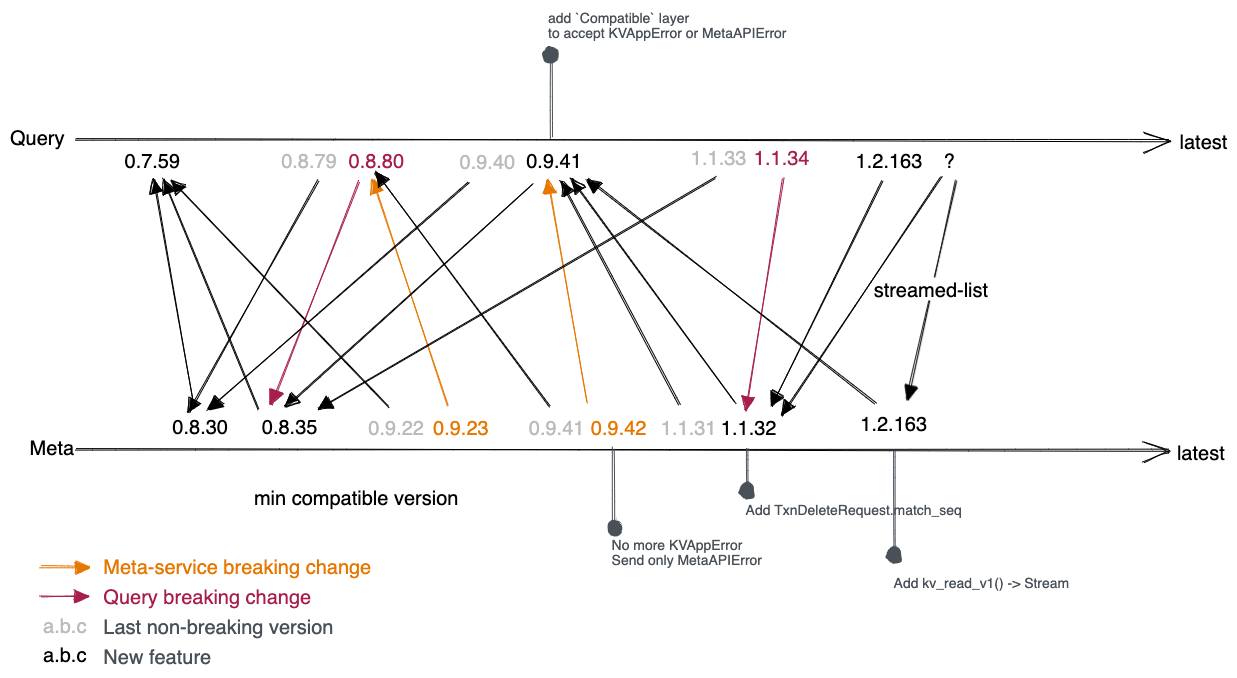
Earlier version of the Excalidraw export docs/public/img/deploy/compatibility.excalidraw.png (databendlabs/databend). Source tidied: one line per element, renumbered; positions are measured from the earlier drawing's top-left corner, leaving out a move shared by most shapes.
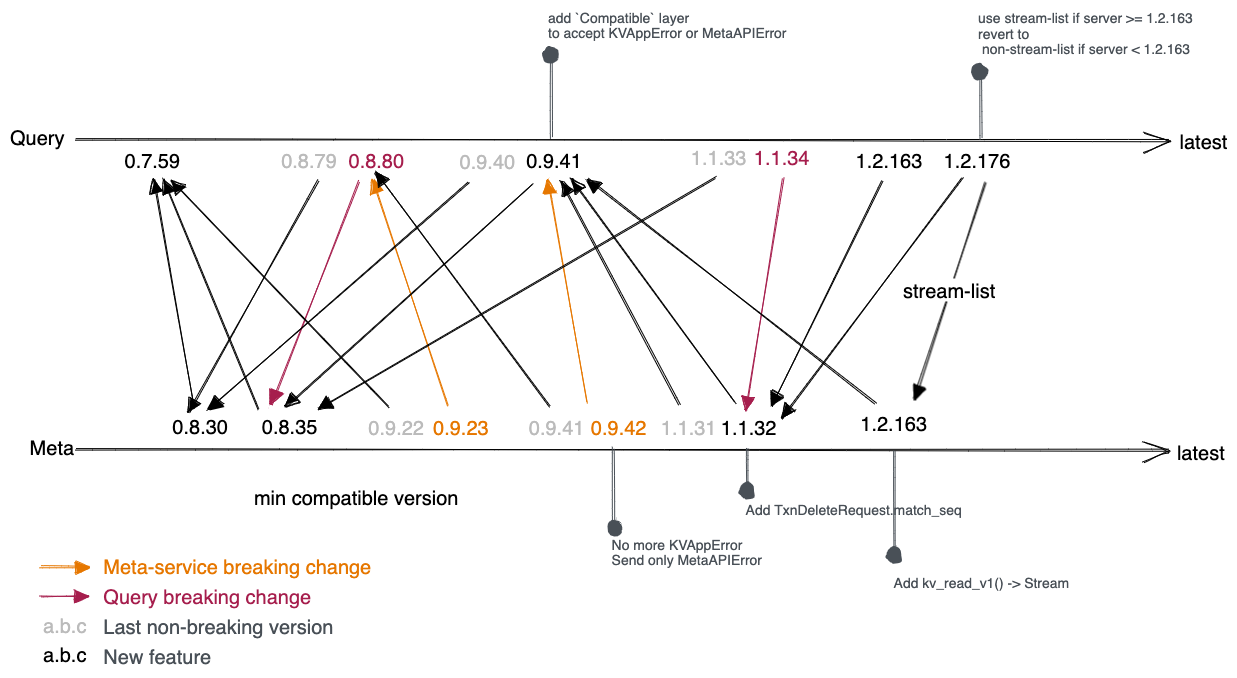
After the commit.

Commit message:
chore: update doc about compatibility change

Update doc:
Since 1.2.176, databend-query use stream-list if server version >=
1.2.163; and revert to using non-stream-list if server version <
1.2.163;

Change to the diagram source:
```diff
@@ -29,7 +29,9 @@
 {"id": 28, "type": "arrow", "strokeColor": "#000000", "angle": 1.57, "strokeWidth": 1, "roughness": 1, "endArrowhead": "triangle", "round": true, "from": 18, "to": 8, "x": 570, "y": 609, "width": 233, "height": 174, "points": [[0, 0], [-233, 174]]}
 {"id": 29, "type": "text", "text": "min compatible version", "strokeColor": "#000000", "strokeWidth": 1, "roughness": 1, "fontSize": 20, "fontFamily": 2, "x": 244, "y": 893, "width": 205, "height": 23}
 {"id": 30, "type": "text", "text": "add `Compatible` layer\nto accept KVAppError or MetaAPIError", "strokeColor": "#495057", "strokeWidth": 1, "roughness": 1, "fontSize": 13.94, "fontFamily": 2, "x": 538, "y": 416, "width": 238, "height": 31}
+{"id": 60, "type": "text", "text": "use stream-list if server >= 1.2.163\nrevert to\n non-stream-list if server < 1.2.163", "strokeColor": "#495057", "strokeWidth": 1, "roughness": 1, "fontSize": 13.94, "fontFamily": 2, "x": 968, "y": 416, "width": 215, "height": 46}
 {"id": 31, "type": "arrow", "strokeColor": "#495057", "angle": 1.57, "strokeWidth": 1, "roughness": 1, "endArrowhead": "dot", "round": true, "from": 9, "to": 30, "x": 583, "y": 503, "width": 84, "height": 1, "points": [[0, 0], [-84, -1]]}
+{"id": 61, "type": "arrow", "strokeColor": "#495057", "angle": 1.57, "strokeWidth": 1, "roughness": 1, "endArrowhead": "dot", "round": true, "from": 52, "to": 60, "x": 1013, "y": 503, "width": 84, "height": 1, "points": [[0, 0], [-84, -1]]}
 {"id": 32, "type": "arrow", "strokeColor": "#495057", "strokeWidth": 1, "roughness": 1, "endArrowhead": "dot", "round": true, "from": 19, "to": 34, "x": 603, "y": 854, "width": 1, "height": 80, "points": [[0, 0], [1, 80]]}
 {"id": 33, "type": "arrow", "strokeColor": "#495057", "strokeWidth": 1, "roughness": 1, "endArrowhead": "dot", "round": true, "from": 20, "to": 35, "x": 738, "y": 854, "width": 1, "height": 45, "points": [[0, 0], [1, 45]]}
 {"id": 34, "type": "text", "text": "No more KVAppError\nSend only MetaAPIError", "strokeColor": "#495057", "strokeWidth": 1, "roughness": 1, "fontSize": 13.94, "fontFamily": 2, "x": 602, "y": 944, "width": 150, "height": 31}
@@ -50,11 +52,11 @@
 {"id": 49, "type": "arrow", "strokeColor": "#000000", "backgroundColor": "#ced4da", "fillStyle": "hachure", "strokeWidth": 1, "roughness": 1, "endArrowhead": "triangle", "round": true, "from": 21, "to": 9, "x": 669, "y": 810, "width": 119, "height": 224, "points": [[0, 0], [-119, -224]]}
 {"id": 50, "type": "text", "text": "1.2.163", "strokeColor": "#000000", "strokeWidth": 1, "roughness": 1, "fontSize": 20, "fontFamily": 2, "x": 850, "y": 819, "width": 67, "height": 23}
 {"id": 51, "type": "text", "text": "1.2.163", "strokeColor": "#000000", "strokeWidth": 1, "roughness": 1, "fontSize": 20, "fontFamily": 2, "x": 846, "y": 555, "width": 67, "height": 23}
-{"id": 52, "type": "text", "text": "?", "strokeColor": "#000000", "strokeWidth": 1, "roughness": 1, "fontSize": 20, "fontFamily": 2, "x": 934, "y": 555, "width": 11, "height": 23}
+{"id": 52, "type": "text", "text": "1.2.176", "strokeColor": "#000000", "strokeWidth": 1, "roughness": 1, "fontSize": 20, "fontFamily": 2, "x": 934, "y": 555, "width": 67, "height": 23}
 {"id": 53, "type": "arrow", "strokeColor": "#000000", "strokeWidth": 1, "roughness": 1, "endArrowhead": "triangle", "round": true, "from": 51, "to": 20, "x": 872, "y": 587, "width": 111, "height": 225, "points": [[0, 0], [-111, 225]]}
-{"id": 54, "type": "arrow", "strokeColor": "#000000", "strokeWidth": 1, "roughness": 1, "endArrowhead": "triangle", "round": true, "from": 52, "to": 20, "x": 931, "y": 582, "width": 160, "height": 240, "points": [[0, 0], [-160, 240]]}
+{"id": 54, "type": "arrow", "strokeColor": "#000000", "strokeWidth": 1, "roughness": 1, "endArrowhead": "triangle", "round": true, "from": 52, "to": 20, "x": 952, "y": 583, "width": 181, "height": 242, "points": [[0, 0], [-181, 242]]}
-{"id": 55, "type": "arrow", "strokeColor": "#000000", "strokeWidth": 1, "roughness": 1, "endArrowhead": "triangle", "round": true, "from": 52, "to": 50, "x": 945, "y": 587, "width": 49, "height": 218, "points": [[0, 0], [-49, 218]]}
+{"id": 55, "type": "arrow", "strokeColor": "#000000", "strokeWidth": 1, "roughness": 1, "endArrowhead": "triangle", "round": true, "from": 52, "to": 50, "x": 975, "y": 589, "width": 71, "height": 216, "points": [[0, 0], [-71, 216]]}
-{"id": 56, "type": "text", "text": "streamed-list", "strokeColor": "#000000", "strokeWidth": 1, "roughness": 1, "fontSize": 20, "fontFamily": 2, "textAlign": "center", "verticalAlign": "middle", "inside": 55, "x": 864, "y": 684, "width": 114, "height": 23}
+{"id": 56, "type": "text", "text": "stream-list", "strokeColor": "#000000", "strokeWidth": 1, "roughness": 1, "fontSize": 20, "fontFamily": 2, "textAlign": "center", "verticalAlign": "middle", "inside": 55, "x": 893, "y": 685, "width": 92, "height": 23}
 {"id": 57, "type": "arrow", "strokeColor": "#000000", "strokeWidth": 1, "roughness": 1, "endArrowhead": "triangle", "round": true, "from": 50, "to": 9, "x": 865, "y": 810, "width": 286, "height": 225, "points": [[0, 0], [-286, -225]]}
 {"id": 58, "type": "text", "text": "Add kv_read_v1() -> Stream", "strokeColor": "#495057", "strokeWidth": 1, "roughness": 1, "fontSize": 13.94, "fontFamily": 2, "x": 884, "y": 981, "width": 175, "height": 16}
 {"id": 59, "type": "arrow", "strokeColor": "#495057", "strokeWidth": 1, "roughness": 1, "endArrowhead": "dot", "round": true, "from": 50, "x": 885, "y": 857, "width": 1, "height": 106, "points": [[0, 0], [1, 106]]}
```
